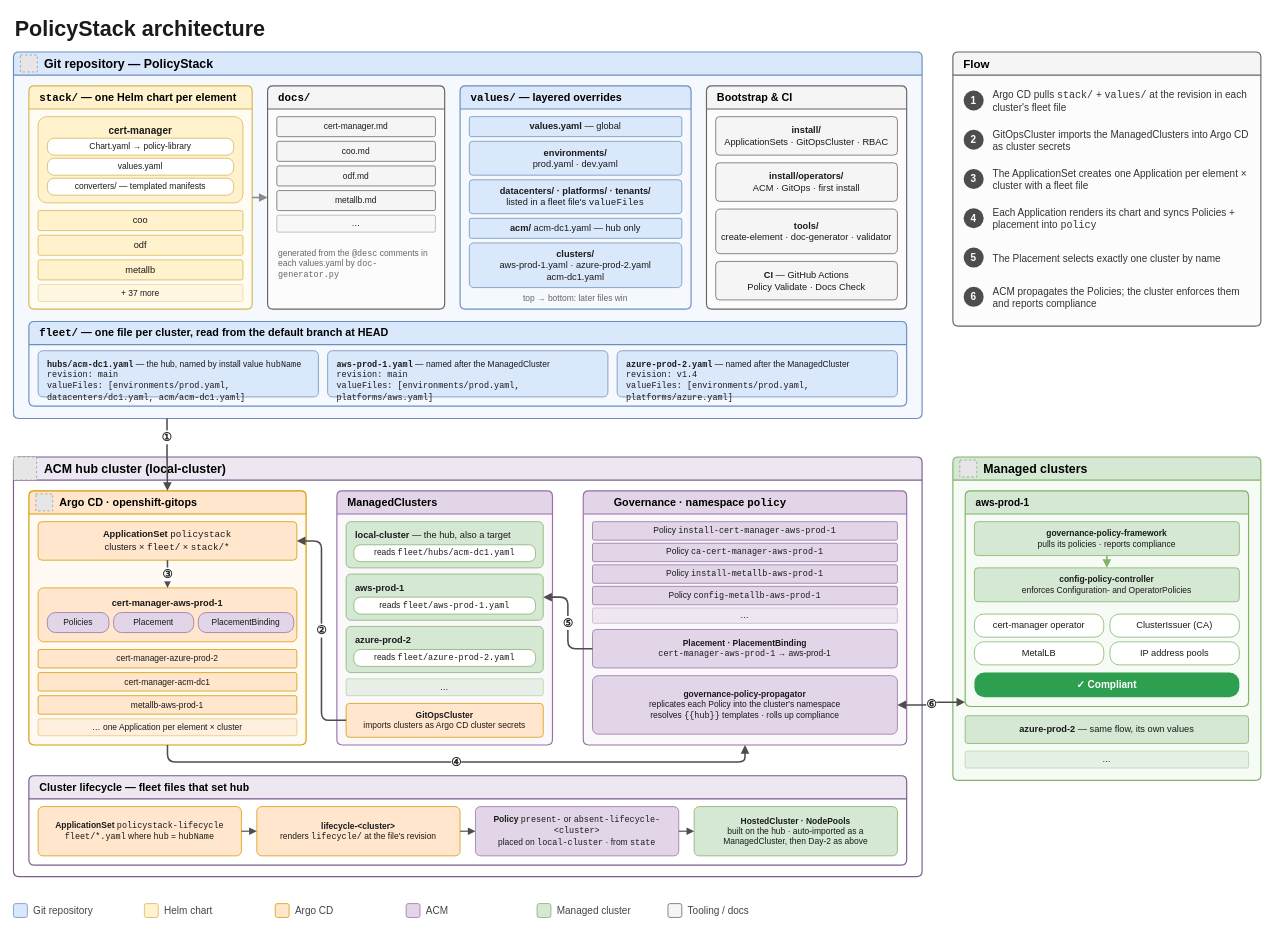
The draw.io diagram diagrams/architecture.drawio in PolicyStack/PolicyStack, before the edit. Source tidied: cells renumbered, new cells numbered last; positions are measured from the earlier drawing's top-left corner, leaving out a move shared by most shapes. Both pictures are drawn from the tidied source at 77%, with x=0, y=0 at pixel (13, 13). Pictures stored in the file or linked from it are replaced by grey dashed boxes.
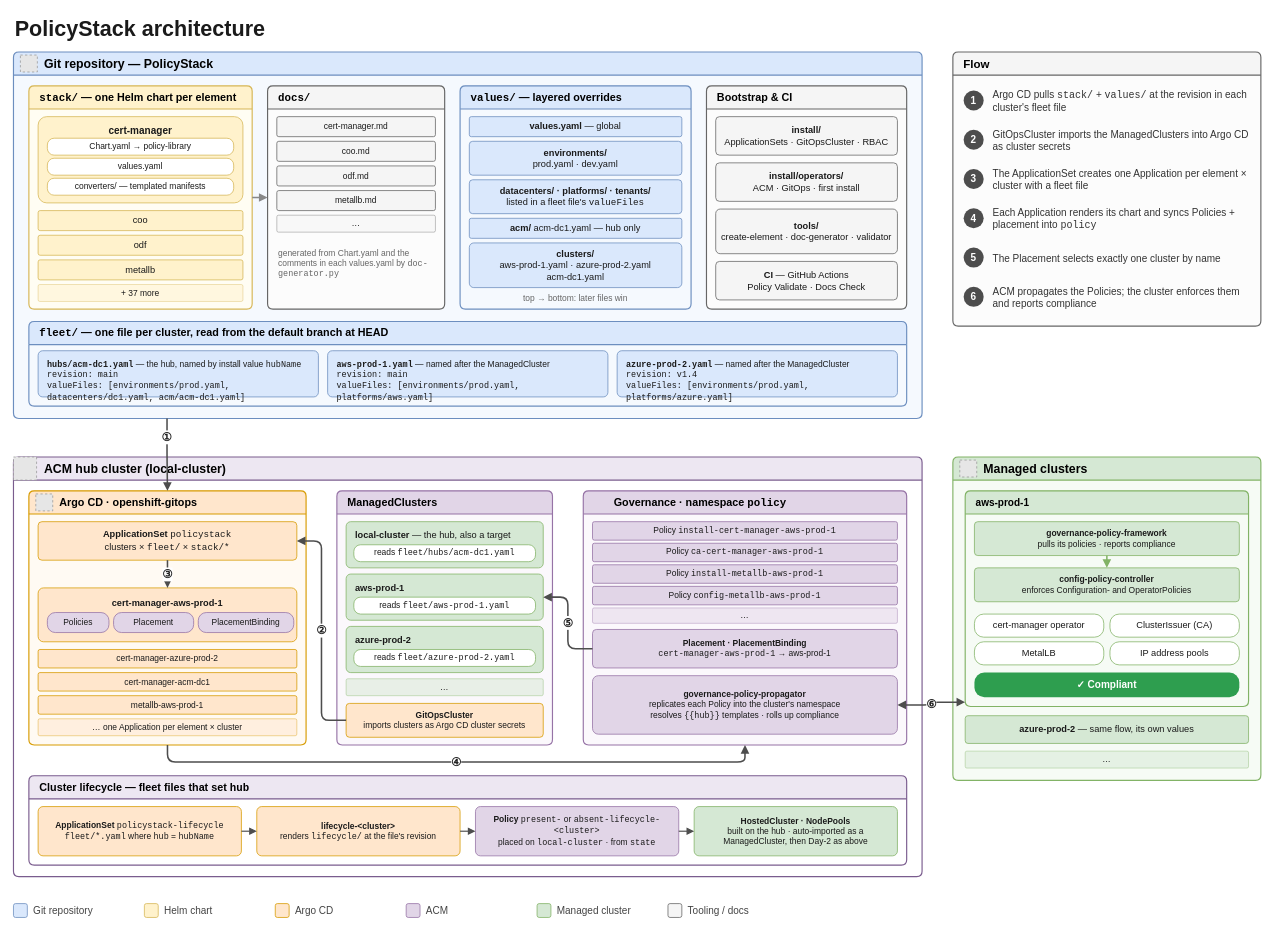
After the change.

The change refers to these unchanged cells:
```xml
<mxCell id="14" value="&lt;font face=&quot;Courier New&quot;&gt;docs/&lt;/font&gt;" style="swimlane;html=1;whiteSpace=wrap;startSize=30;fillColor=#f5f5f5;strokeColor=#666666;swimlaneFillColor=#fcfcfc;fontStyle=1;fontSize=14;rounded=1;absoluteArcSize=1;arcSize=14;strokeWidth=1.5;align=left;spacingLeft=12;" parent="3" vertex="1">
  <mxGeometry x="330" y="44" width="230" height="290" as="geometry" />
</mxCell>
```

The edit, as a diff of the source:
```diff
@@
-    <mxCell id="20" value="generated from the &lt;font face=&quot;Courier New&quot;&gt;@desc&lt;/font&gt; comments in each values.yaml by &lt;font face=&quot;Courier New&quot;&gt;doc-generator.py&lt;/font&gt;" style="html=1;whiteSpace=wrap;fontSize=11;text;align=left;verticalAlign=top;fontColor=#666666;" parent="14" vertex="1">
+    <mxCell id="20" value="generated from Chart.yaml and the comments in each values.yaml by &lt;font face=&quot;Courier New&quot;&gt;doc-generator.py&lt;/font&gt;" style="html=1;whiteSpace=wrap;fontSize=11;text;align=left;verticalAlign=top;fontColor=#666666;" parent="14" vertex="1">
       <mxGeometry x="12" y="204" width="206" height="70" as="geometry" />
     </mxCell>
```
